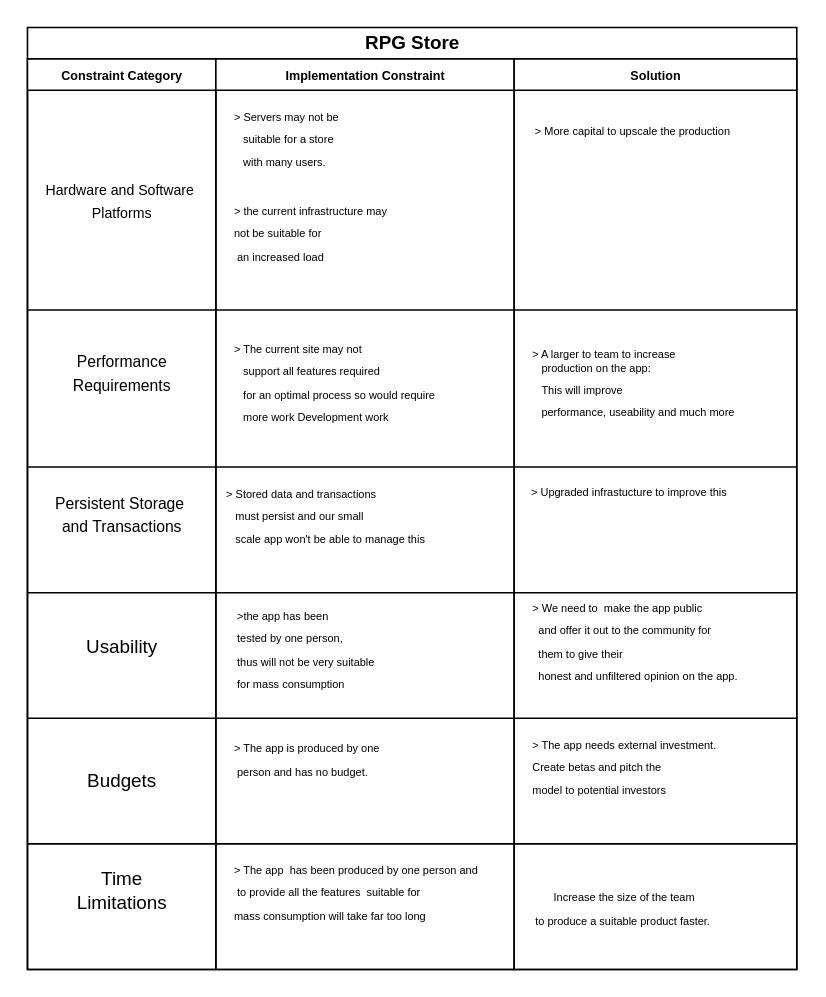
Earlier version of the draw.io diagram constraint.drawio (TRiley1/pythonproject_cc). Source tidied: cells renumbered, new cells numbered last; positions are measured from the earlier drawing's top-left corner, leaving out a move shared by most shapes. Both pictures are drawn from the tidied source at 157%, with x=0, y=0 at pixel (27, 27).
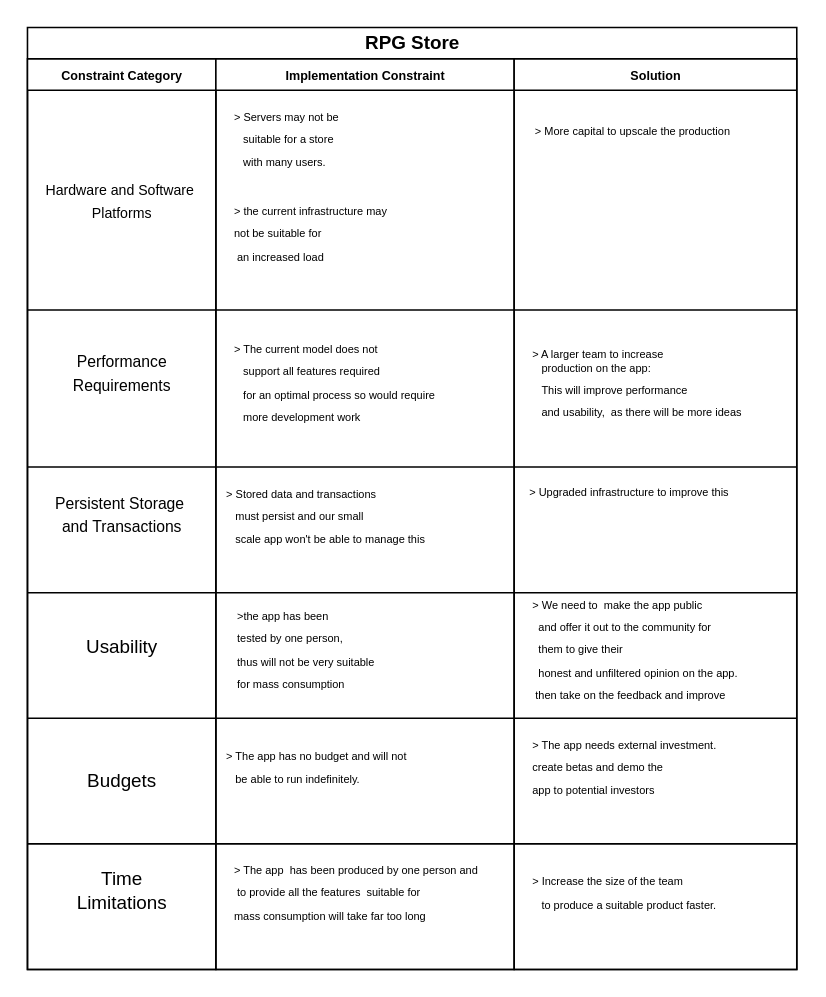
The same page after the edit.

The change refers to these unchanged cells:
```xml
<mxCell id="9" value="&lt;font style=&quot;font-size: 8px;&quot;&gt;Implementation Constraint&lt;/font&gt;" style="swimlane;startSize=20;html=1;" parent="2" vertex="1">
  <mxGeometry x="120" y="20" width="190" height="580" as="geometry" />
</mxCell>
<mxCell id="17" value="&lt;font style=&quot;font-size: 8px;&quot;&gt;Solution&lt;/font&gt;" style="swimlane;startSize=20;html=1;" parent="2" vertex="1">
  <mxGeometry x="310" y="20" width="180" height="580" as="geometry" />
</mxCell>
```

What changed in the source:
```diff
@@
-    <mxCell id="11" value="&lt;font style=&quot;font-size: 7px;&quot;&gt;&amp;gt; The current site may not &lt;br&gt;&amp;nbsp; &amp;nbsp;support all features required &lt;br&gt;&amp;nbsp; &amp;nbsp;for an optimal process so would require &lt;br&gt;&amp;nbsp; &amp;nbsp;more work Development work&amp;nbsp;&lt;/font&gt;" style="text;html=1;align=left;verticalAlign=middle;strokeColor=none;fillColor=none;" parent="9" vertex="1">
+    <mxCell id="11" value="&lt;font style=&quot;font-size: 7px;&quot;&gt;&amp;gt; The current model does not&lt;br&gt;&amp;nbsp; &amp;nbsp;support all features required &lt;br&gt;&amp;nbsp; &amp;nbsp;for an optimal process so would require &lt;br&gt;&amp;nbsp; &amp;nbsp;more development work&amp;nbsp;&lt;/font&gt;" style="text;html=1;align=left;verticalAlign=middle;strokeColor=none;fillColor=none;" parent="9" vertex="1">
       <mxGeometry x="10" y="170" width="150" height="70" as="geometry" />
     </mxCell>
@@
-    <mxCell id="15" value="&lt;font style=&quot;font-size: 7px;&quot;&gt;&amp;gt; The app is produced by one&lt;br&gt;&amp;nbsp;person and has no budget.&lt;/font&gt;" style="text;html=1;align=left;verticalAlign=middle;strokeColor=none;fillColor=none;" parent="9" vertex="1">
-      <mxGeometry x="10" y="425" width="120" height="40" as="geometry" />
+    <mxCell id="15" value="&lt;span style=&quot;font-size: 7px;&quot;&gt;&amp;gt; The app has no budget and will not &lt;/span&gt;&lt;br&gt;&lt;span style=&quot;font-size: 7px;&quot;&gt;&amp;nbsp; &amp;nbsp;be able to run indefinitely.&lt;/span&gt;" style="text;html=1;align=left;verticalAlign=middle;strokeColor=none;fillColor=none;" parent="9" vertex="1">
+      <mxGeometry x="5" y="430" width="140" height="40" as="geometry" />
     </mxCell>
@@
-    <mxCell id="18" value="&lt;font style=&quot;font-size: 7px;&quot;&gt;&amp;gt; A larger to team to increase &lt;br&gt;&lt;div style=&quot;&quot;&gt;&lt;span style=&quot;background-color: initial;&quot;&gt;&amp;nbsp; &amp;nbsp;production on the app:&amp;nbsp;&lt;/span&gt;&lt;/div&gt;&amp;nbsp; &amp;nbsp;This will improve&lt;br&gt;&amp;nbsp; &amp;nbsp;performance, useability and much more&amp;nbsp;&lt;/font&gt;" style="text;html=1;align=left;verticalAlign=middle;strokeColor=none;fillColor=none;" parent="17" vertex="1">
-      <mxGeometry x="10" y="170" width="150" height="70" as="geometry" />
+    <mxCell id="18" value="&lt;font style=&quot;font-size: 7px;&quot;&gt;&amp;gt; A larger team to increase &lt;br&gt;&lt;div style=&quot;&quot;&gt;&lt;span style=&quot;background-color: initial;&quot;&gt;&amp;nbsp; &amp;nbsp;production on the app:&amp;nbsp;&lt;/span&gt;&lt;/div&gt;&amp;nbsp; &amp;nbsp;This will improve performance &lt;br&gt;&amp;nbsp; &amp;nbsp;and usability,&amp;nbsp; as there will be more ideas&amp;nbsp; &amp;nbsp;&lt;/font&gt;" style="text;html=1;align=left;verticalAlign=middle;strokeColor=none;fillColor=none;" parent="17" vertex="1">
+      <mxGeometry x="10" y="170" width="160" height="70" as="geometry" />
     </mxCell>
@@
-    <mxCell id="20" value="&lt;font style=&quot;font-size: 7px;&quot;&gt;&amp;gt; Upgraded infrastucture to improve this&amp;nbsp;&amp;nbsp;&lt;/font&gt;" style="text;html=1;align=center;verticalAlign=middle;strokeColor=none;fillColor=none;" parent="17" vertex="1">
+    <mxCell id="20" value="&lt;font style=&quot;font-size: 7px;&quot;&gt;&amp;gt; Upgraded infrastructure to improve this&amp;nbsp;&amp;nbsp;&lt;/font&gt;" style="text;html=1;align=center;verticalAlign=middle;strokeColor=none;fillColor=none;" parent="17" vertex="1">
       <mxGeometry y="260" width="150" height="30" as="geometry" />
     </mxCell>
-    <mxCell id="21" value="&lt;font style=&quot;font-size: 7px;&quot;&gt;&amp;gt; We need to&amp;nbsp; make the app public&lt;br&gt;&amp;nbsp; and offer it out to the community for &lt;br&gt;&amp;nbsp; them to give their &lt;br&gt;&amp;nbsp; honest and unfiltered opinion on the app.&lt;/font&gt;" style="text;html=1;align=left;verticalAlign=middle;strokeColor=none;fillColor=none;" parent="17" vertex="1">
-      <mxGeometry x="10" y="335" width="150" height="70" as="geometry" />
+    <mxCell id="21" value="&lt;font style=&quot;font-size: 7px;&quot;&gt;&amp;gt; We need to&amp;nbsp; make the app public&lt;br&gt;&amp;nbsp; and offer it out to the community for &lt;br&gt;&amp;nbsp; them to give their &lt;br&gt;&amp;nbsp; honest and unfiltered opinion on the app.&amp;nbsp;&lt;br&gt;&amp;nbsp;then take on the feedback and improve&lt;br&gt;&lt;/font&gt;" style="text;html=1;align=left;verticalAlign=middle;strokeColor=none;fillColor=none;" parent="17" vertex="1">
+      <mxGeometry x="10" y="330" width="160" height="90" as="geometry" />
     </mxCell>
-    <mxCell id="22" value="&lt;font style=&quot;font-size: 7px;&quot;&gt;&amp;gt; The app needs external investment. &lt;br&gt;Create betas and pitch the &lt;br&gt;model to potential investors&lt;/font&gt;" style="text;html=1;align=left;verticalAlign=middle;strokeColor=none;fillColor=none;" parent="17" vertex="1">
+    <mxCell id="22" value="&lt;font style=&quot;font-size: 7px;&quot;&gt;&amp;gt; The app needs external investment. &lt;br&gt;create betas and demo the &lt;br&gt;app to potential investors&lt;/font&gt;" style="text;html=1;align=left;verticalAlign=middle;strokeColor=none;fillColor=none;" parent="17" vertex="1">
       <mxGeometry x="10" y="420" width="140" height="60" as="geometry" />
     </mxCell>
+    <mxCell id="29" value="&lt;font style=&quot;font-size: 7px;&quot;&gt;&amp;gt; Increase the size of the team &lt;br&gt;&amp;nbsp; &amp;nbsp;to produce a suitable product faster.&amp;nbsp;&lt;/font&gt;" style="text;html=1;align=left;verticalAlign=middle;strokeColor=none;fillColor=none;" parent="17" vertex="1">
+      <mxGeometry x="10" y="510" width="140" height="40" as="geometry" />
+    </mxCell>
@@
-    <mxCell id="29" value="&lt;font style=&quot;font-size: 7px;&quot;&gt;Increase the size of the team &lt;br&gt;to produce a suitable product faster.&amp;nbsp;&lt;/font&gt;" style="text;html=1;align=center;verticalAlign=middle;strokeColor=none;fillColor=none;" parent="1" vertex="1">
-      <mxGeometry x="310" y="540" width="140" height="40" as="geometry" />
-    </mxCell>
```
